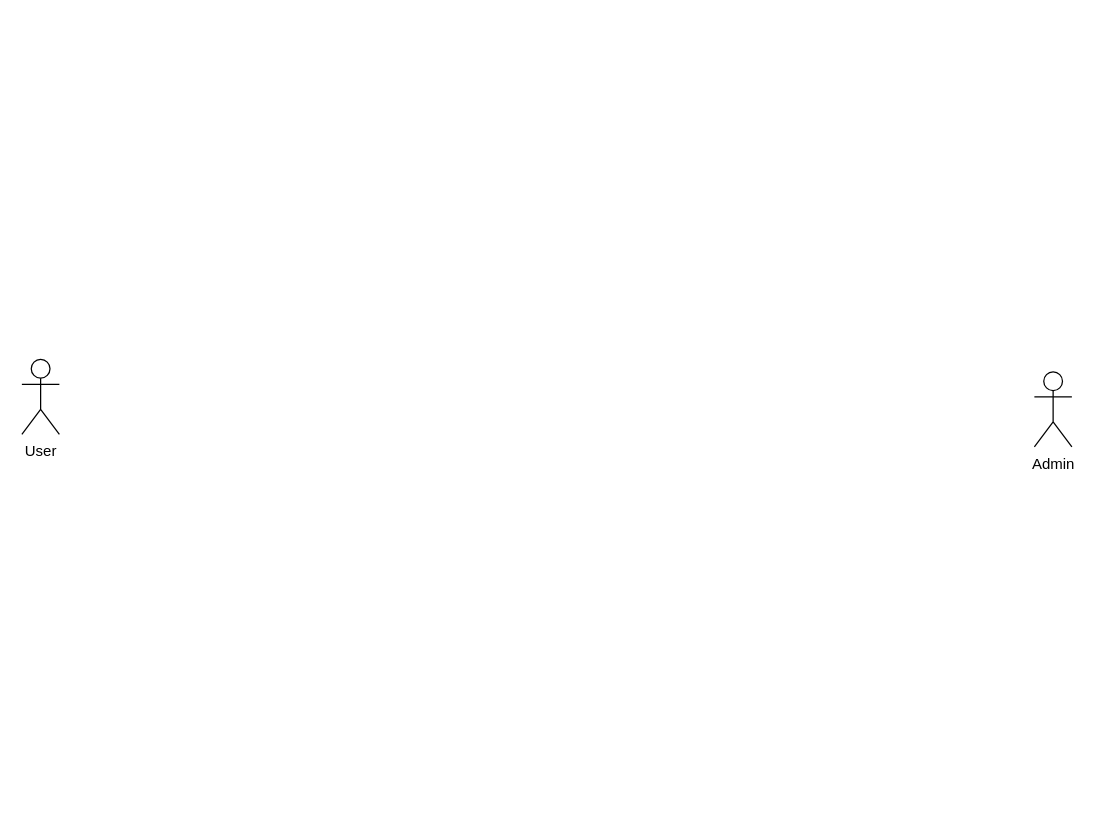
Earlier version of the draw.io diagram Diagram.drawio (letham1612/test.ithub). Source tidied: cells renumbered, new cells numbered last; positions are measured from the earlier drawing's top-left corner, leaving out a move shared by most shapes. Both pictures are drawn from the tidied source at 125%, with x=0, y=0 at pixel (21, 359).
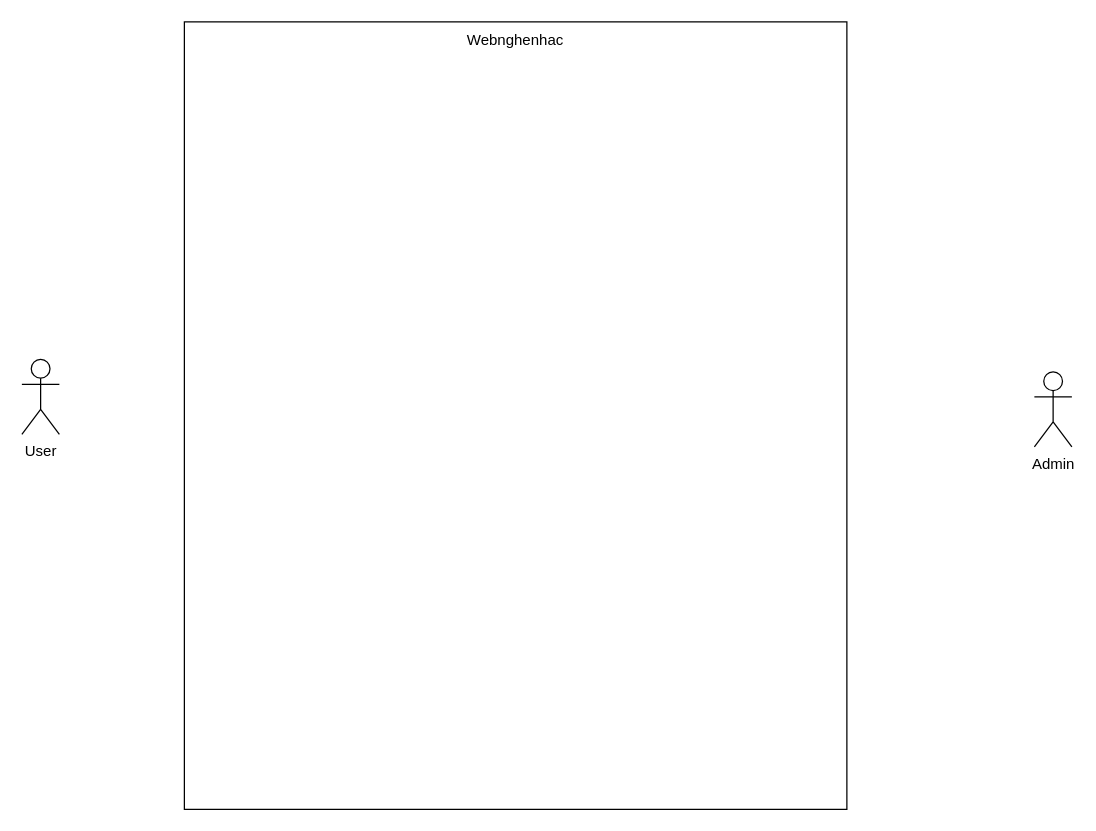
The same diagram, later.

Commit message (it also covers changes not shown here):
Cập nhật Diagram.drawio

What changed in the source:
```diff
@@
 <mxGraphModel>
   <root>
     <mxCell id="0" />
     <mxCell id="1" parent="0" />
     <mxCell id="2" value="Admin&lt;br&gt;" style="shape=umlActor;verticalLabelPosition=bottom;verticalAlign=top;html=1;" parent="1" vertex="1">
       <mxGeometry x="810" y="10" width="30" height="60" as="geometry" />
     </mxCell>
     <mxCell id="3" value="User&lt;br&gt;" style="shape=umlActor;verticalLabelPosition=bottom;verticalAlign=top;html=1;" parent="1" vertex="1">
       <mxGeometry width="30" height="60" as="geometry" />
     </mxCell>
+    <mxCell id="4" value="Webnghenhac" style="html=1;whiteSpace=wrap;spacingBottom=600;" parent="1" vertex="1">
+      <mxGeometry x="130" y="-270" width="530" height="630" as="geometry" />
+    </mxCell>
   </root>
 </mxGraphModel>
```
